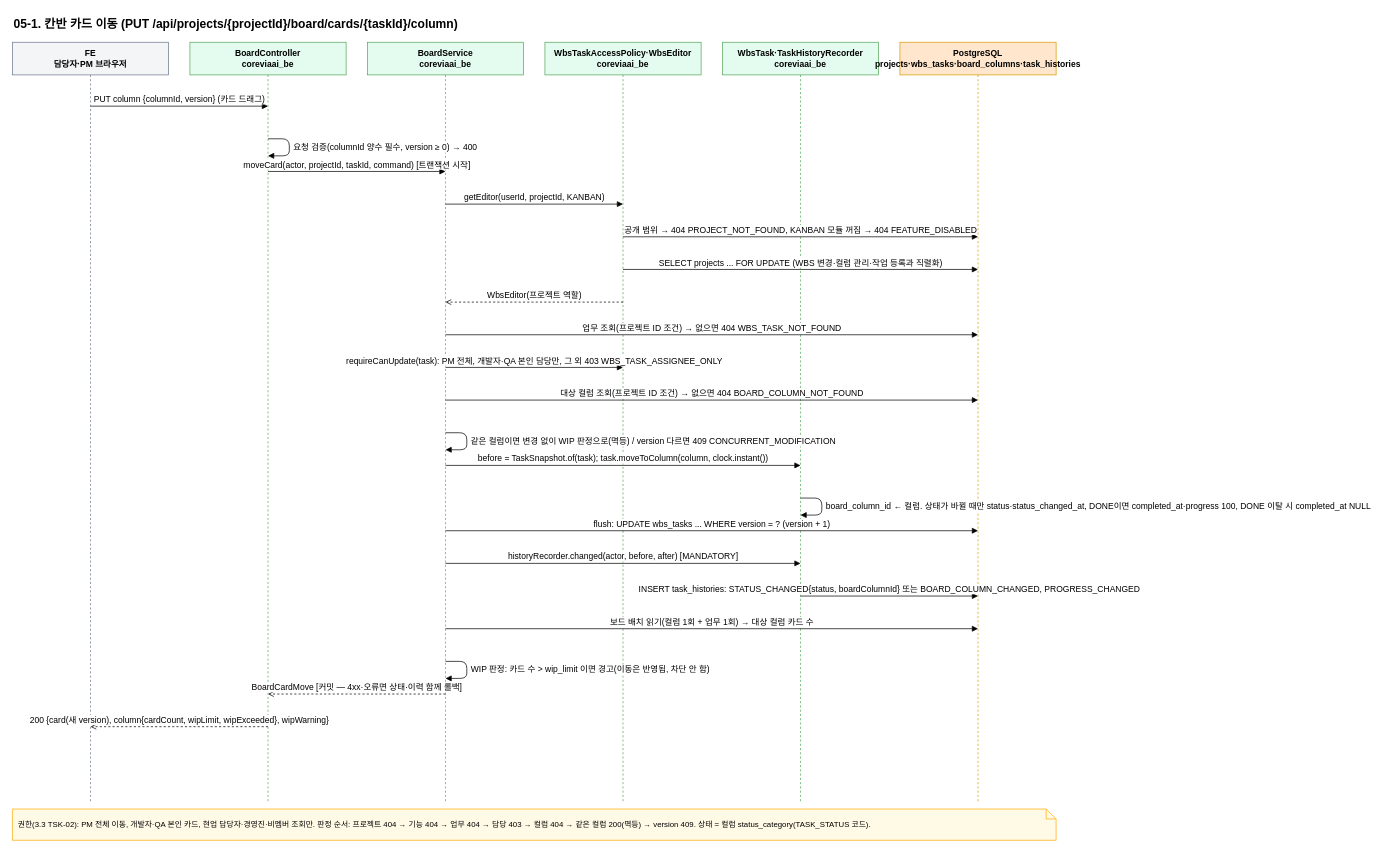
WonikQnCKDT/CoreviaAI_BE keeps this draw.io diagram as docs/sequence/05-1-board-card-move.drawio. Above is the earlier version. Source tidied: cells renumbered, new cells numbered last; positions are measured from the earlier drawing's top-left corner, leaving out a move shared by most shapes. Both pictures are drawn from the tidied source at 71%, with x=0, y=0 at pixel (12, 12).
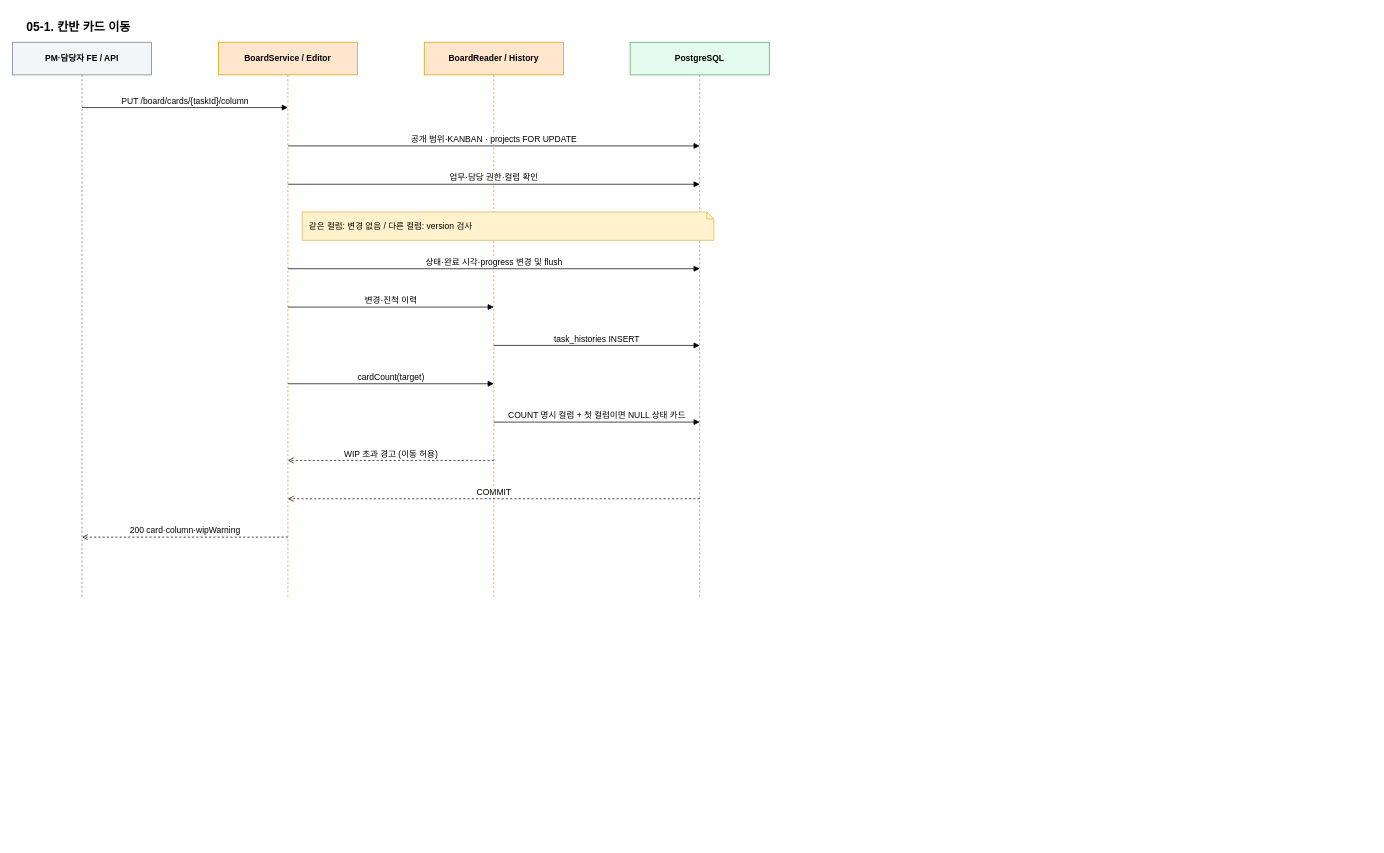
The same diagram, later.

Change to the diagram source:
```diff
@@
-    <mxCell id="2" value="05-1. 칸반 카드 이동 (PUT /api/projects/{projectId}/board/cards/{taskId}/column)" style="text;html=1;fontSize=17;fontStyle=1;align=left;" parent="1" vertex="1">
-      <mxGeometry width="1500" height="30" as="geometry" />
-    </mxCell>
-    <mxCell id="3" value="FE&lt;br&gt;담당자·PM 브라우저" style="shape=umlLifeline;perimeter=lifelinePerimeter;whiteSpace=wrap;html=1;size=46;fillColor=#F4F5F7;strokeColor=#6B778C;fontStyle=1;" parent="1" vertex="1">
-      <mxGeometry y="42" width="220" height="1070" as="geometry" />
-    </mxCell>
-    <mxCell id="4" value="BoardController&lt;br&gt;coreviaai_be" style="shape=umlLifeline;perimeter=lifelinePerimeter;whiteSpace=wrap;html=1;size=46;fillColor=#E3FCEF;strokeColor=#57A55A;fontStyle=1;" parent="1" vertex="1">
-      <mxGeometry x="250" y="42" width="220" height="1070" as="geometry" />
-    </mxCell>
-    <mxCell id="5" value="BoardService&lt;br&gt;coreviaai_be" style="shape=umlLifeline;perimeter=lifelinePerimeter;whiteSpace=wrap;html=1;size=46;fillColor=#E3FCEF;strokeColor=#57A55A;fontStyle=1;" parent="1" vertex="1">
-      <mxGeometry x="500" y="42" width="220" height="1070" as="geometry" />
-    </mxCell>
-    <mxCell id="6" value="WbsTaskAccessPolicy·WbsEditor&lt;br&gt;coreviaai_be" style="shape=umlLifeline;perimeter=lifelinePerimeter;whiteSpace=wrap;html=1;size=46;fillColor=#E3FCEF;strokeColor=#57A55A;fontStyle=1;" parent="1" vertex="1">
-      <mxGeometry x="750" y="42" width="220" height="1070" as="geometry" />
-    </mxCell>
-    <mxCell id="7" value="WbsTask·TaskHistoryRecorder&lt;br&gt;coreviaai_be" style="shape=umlLifeline;perimeter=lifelinePerimeter;whiteSpace=wrap;html=1;size=46;fillColor=#E3FCEF;strokeColor=#57A55A;fontStyle=1;" parent="1" vertex="1">
-      <mxGeometry x="1000" y="42" width="220" height="1070" as="geometry" />
-    </mxCell>
-    <mxCell id="8" value="PostgreSQL&lt;br&gt;projects·wbs_tasks·board_columns·task_histories" style="shape=umlLifeline;perimeter=lifelinePerimeter;whiteSpace=wrap;html=1;size=46;fillColor=#FFE6CC;strokeColor=#D79B00;fontStyle=1;" parent="1" vertex="1">
-      <mxGeometry x="1250" y="42" width="220" height="1070" as="geometry" />
-    </mxCell>
-    <mxCell id="9" value="PUT column {columnId, version} (카드 드래그)" style="endArrow=block;endFill=1;html=1;verticalAlign=bottom;fontSize=12;" parent="1" edge="1">
-      <mxGeometry relative="1" as="geometry">
-        <mxPoint x="110" y="132" as="sourcePoint" />
-        <mxPoint x="360" y="132" as="targetPoint" />
-      </mxGeometry>
-    </mxCell>
-    <mxCell id="10" value="요청 검증(columnId 양수 필수, version ≥ 0) → 400" style="endArrow=block;endFill=1;html=1;align=left;spacingLeft=4;fontSize=12;edgeStyle=none;" parent="1" edge="1">
-      <mxGeometry relative="1" as="geometry">
-        <mxPoint x="360" y="178" as="sourcePoint" />
-        <mxPoint x="360" y="202" as="targetPoint" />
-        <Array as="points">
-          <mxPoint x="390" y="178" />
-          <mxPoint x="390" y="202" />
-        </Array>
-      </mxGeometry>
-    </mxCell>
-    <mxCell id="11" value="moveCard(actor, projectId, taskId, command) [트랜잭션 시작]" style="endArrow=block;endFill=1;html=1;verticalAlign=bottom;fontSize=12;" parent="1" edge="1">
-      <mxGeometry relative="1" as="geometry">
-        <mxPoint x="360" y="224" as="sourcePoint" />
-        <mxPoint x="610" y="224" as="targetPoint" />
-      </mxGeometry>
-    </mxCell>
-    <mxCell id="12" value="getEditor(userId, projectId, KANBAN)" style="endArrow=block;endFill=1;html=1;verticalAlign=bottom;fontSize=12;" parent="1" edge="1">
-      <mxGeometry relative="1" as="geometry">
-        <mxPoint x="610" y="270" as="sourcePoint" />
-        <mxPoint x="860" y="270" as="targetPoint" />
-      </mxGeometry>
-    </mxCell>
-    <mxCell id="13" value="공개 범위 → 404 PROJECT_NOT_FOUND, KANBAN 모듈 꺼짐 → 404 FEATURE_DISABLED" style="endArrow=block;endFill=1;html=1;verticalAlign=bottom;fontSize=12;" parent="1" edge="1">
-      <mxGeometry relative="1" as="geometry">
-        <mxPoint x="860" y="316" as="sourcePoint" />
-        <mxPoint x="1360" y="316" as="targetPoint" />
-      </mxGeometry>
-    </mxCell>
-    <mxCell id="14" value="SELECT projects ... FOR UPDATE (WBS 변경·컬럼 관리·작업 등록과 직렬화)" style="endArrow=block;endFill=1;html=1;verticalAlign=bottom;fontSize=12;" parent="1" edge="1">
-      <mxGeometry relative="1" as="geometry">
-        <mxPoint x="860" y="362" as="sourcePoint" />
-        <mxPoint x="1360" y="362" as="targetPoint" />
-      </mxGeometry>
-    </mxCell>
-    <mxCell id="15" value="WbsEditor(프로젝트 역할)" style="dashed=1;endArrow=open;endFill=0;html=1;verticalAlign=bottom;fontSize=12;" parent="1" edge="1">
-      <mxGeometry relative="1" as="geometry">
-        <mxPoint x="860" y="408" as="sourcePoint" />
-        <mxPoint x="610" y="408" as="targetPoint" />
-      </mxGeometry>
-    </mxCell>
-    <mxCell id="16" value="업무 조회(프로젝트 ID 조건) → 없으면 404 WBS_TASK_NOT_FOUND" style="endArrow=block;endFill=1;html=1;verticalAlign=bottom;fontSize=12;" parent="1" edge="1">
-      <mxGeometry relative="1" as="geometry">
-        <mxPoint x="610" y="454" as="sourcePoint" />
-        <mxPoint x="1360" y="454" as="targetPoint" />
-      </mxGeometry>
-    </mxCell>
-    <mxCell id="17" value="requireCanUpdate(task): PM 전체, 개발자·QA 본인 담당만, 그 외 403 WBS_TASK_ASSIGNEE_ONLY" style="endArrow=block;endFill=1;html=1;verticalAlign=bottom;fontSize=12;" parent="1" edge="1">
-      <mxGeometry relative="1" as="geometry">
-        <mxPoint x="610" y="500" as="sourcePoint" />
-        <mxPoint x="860" y="500" as="targetPoint" />
-      </mxGeometry>
-    </mxCell>
-    <mxCell id="18" value="대상 컬럼 조회(프로젝트 ID 조건) → 없으면 404 BOARD_COLUMN_NOT_FOUND" style="endArrow=block;endFill=1;html=1;verticalAlign=bottom;fontSize=12;" parent="1" edge="1">
-      <mxGeometry relative="1" as="geometry">
-        <mxPoint x="610" y="546" as="sourcePoint" />
-        <mxPoint x="1360" y="546" as="targetPoint" />
-      </mxGeometry>
-    </mxCell>
-    <mxCell id="19" value="같은 컬럼이면 변경 없이 WIP 판정으로(멱등) / version 다르면 409 CONCURRENT_MODIFICATION" style="endArrow=block;endFill=1;html=1;align=left;spacingLeft=4;fontSize=12;edgeStyle=none;" parent="1" edge="1">
-      <mxGeometry relative="1" as="geometry">
-        <mxPoint x="610" y="592" as="sourcePoint" />
-        <mxPoint x="610" y="616" as="targetPoint" />
-        <Array as="points">
-          <mxPoint x="640" y="592" />
-          <mxPoint x="640" y="616" />
-        </Array>
-      </mxGeometry>
-    </mxCell>
-    <mxCell id="20" value="before = TaskSnapshot.of(task); task.moveToColumn(column, clock.instant())" style="endArrow=block;endFill=1;html=1;verticalAlign=bottom;fontSize=12;" parent="1" edge="1">
-      <mxGeometry relative="1" as="geometry">
-        <mxPoint x="610" y="638" as="sourcePoint" />
-        <mxPoint x="1110" y="638" as="targetPoint" />
-      </mxGeometry>
-    </mxCell>
-    <mxCell id="21" value="board_column_id ← 컬럼. 상태가 바뀔 때만 status·status_changed_at, DONE이면 completed_at·progress 100, DONE 이탈 시 completed_at NULL" style="endArrow=block;endFill=1;html=1;align=left;spacingLeft=4;fontSize=12;edgeStyle=none;" parent="1" edge="1">
-      <mxGeometry relative="1" as="geometry">
-        <mxPoint x="1110" y="684" as="sourcePoint" />
-        <mxPoint x="1110" y="708" as="targetPoint" />
-        <Array as="points">
-          <mxPoint x="1140" y="684" />
-          <mxPoint x="1140" y="708" />
-        </Array>
-      </mxGeometry>
-    </mxCell>
-    <mxCell id="22" value="flush: UPDATE wbs_tasks ... WHERE version = ? (version + 1)" style="endArrow=block;endFill=1;html=1;verticalAlign=bottom;fontSize=12;" parent="1" edge="1">
-      <mxGeometry relative="1" as="geometry">
-        <mxPoint x="610" y="730" as="sourcePoint" />
-        <mxPoint x="1360" y="730" as="targetPoint" />
-      </mxGeometry>
-    </mxCell>
-    <mxCell id="23" value="historyRecorder.changed(actor, before, after) [MANDATORY]" style="endArrow=block;endFill=1;html=1;verticalAlign=bottom;fontSize=12;" parent="1" edge="1">
-      <mxGeometry relative="1" as="geometry">
-        <mxPoint x="610" y="776" as="sourcePoint" />
-        <mxPoint x="1110" y="776" as="targetPoint" />
-      </mxGeometry>
-    </mxCell>
-    <mxCell id="24" value="INSERT task_histories: STATUS_CHANGED{status, boardColumnId} 또는 BOARD_COLUMN_CHANGED, PROGRESS_CHANGED" style="endArrow=block;endFill=1;html=1;verticalAlign=bottom;fontSize=12;" parent="1" edge="1">
-      <mxGeometry relative="1" as="geometry">
-        <mxPoint x="1110" y="822" as="sourcePoint" />
-        <mxPoint x="1360" y="822" as="targetPoint" />
-      </mxGeometry>
-    </mxCell>
-    <mxCell id="25" value="보드 배치 읽기(컬럼 1회 + 업무 1회) → 대상 컬럼 카드 수" style="endArrow=block;endFill=1;html=1;verticalAlign=bottom;fontSize=12;" parent="1" edge="1">
-      <mxGeometry relative="1" as="geometry">
-        <mxPoint x="610" y="868" as="sourcePoint" />
-        <mxPoint x="1360" y="868" as="targetPoint" />
-      </mxGeometry>
-    </mxCell>
-    <mxCell id="26" value="WIP 판정: 카드 수 &gt; wip_limit 이면 경고(이동은 반영됨, 차단 안 함)" style="endArrow=block;endFill=1;html=1;align=left;spacingLeft=4;fontSize=12;edgeStyle=none;" parent="1" edge="1">
-      <mxGeometry relative="1" as="geometry">
-        <mxPoint x="610" y="914" as="sourcePoint" />
-        <mxPoint x="610" y="938" as="targetPoint" />
-        <Array as="points">
-          <mxPoint x="640" y="914" />
-          <mxPoint x="640" y="938" />
-        </Array>
-      </mxGeometry>
-    </mxCell>
-    <mxCell id="27" value="BoardCardMove [커밋 — 4xx·오류면 상태·이력 함께 롤백]" style="dashed=1;endArrow=open;endFill=0;html=1;verticalAlign=bottom;fontSize=12;" parent="1" edge="1">
-      <mxGeometry relative="1" as="geometry">
-        <mxPoint x="610" y="960" as="sourcePoint" />
-        <mxPoint x="360" y="960" as="targetPoint" />
-      </mxGeometry>
-    </mxCell>
-    <mxCell id="28" value="200 {card(새 version), column{cardCount, wipLimit, wipExceeded}, wipWarning}" style="dashed=1;endArrow=open;endFill=0;html=1;verticalAlign=bottom;fontSize=12;" parent="1" edge="1">
-      <mxGeometry relative="1" as="geometry">
-        <mxPoint x="360" y="1006" as="sourcePoint" />
-        <mxPoint x="110" y="1006" as="targetPoint" />
-      </mxGeometry>
-    </mxCell>
-    <mxCell id="29" value="권한(3.3 TSK-02): PM 전체 이동, 개발자·QA 본인 카드, 현업 담당자·경영진·비멤버 조회만. 판정 순서: 프로젝트 404 → 기능 404 → 업무 404 → 담당 403 → 컬럼 404 → 같은 컬럼 200(멱등) → version 409. 상태 = 컬럼 status_category(TASK_STATUS 코드)." style="shape=note;whiteSpace=wrap;html=1;size=14;fillColor=#FFFAE6;strokeColor=#FFAB00;align=left;spacingLeft=6;fontSize=11;" parent="1" vertex="1">
-      <mxGeometry y="1122" width="1470" height="44" as="geometry" />
-    </mxCell>
+    <mxCell id="30" value="PM·담당자 FE / API" style="shape=umlLifeline;perimeter=lifelinePerimeter;whiteSpace=wrap;html=1;size=46;fillColor=#F4F5F7;strokeColor=#6B778C;fontStyle=1;" parent="1" vertex="1">
+      <mxGeometry y="42" width="196" height="781" as="geometry" />
+    </mxCell>
+    <mxCell id="31" value="BoardService / Editor" style="shape=umlLifeline;perimeter=lifelinePerimeter;whiteSpace=wrap;html=1;size=46;fillColor=#FFE6CC;strokeColor=#D79B00;fontStyle=1;" parent="1" vertex="1">
+      <mxGeometry x="290" y="42" width="196" height="781" as="geometry" />
+    </mxCell>
+    <mxCell id="32" value="BoardReader / History" style="shape=umlLifeline;perimeter=lifelinePerimeter;whiteSpace=wrap;html=1;size=46;fillColor=#FFE6CC;strokeColor=#D79B00;fontStyle=1;" parent="1" vertex="1">
+      <mxGeometry x="580" y="42" width="196" height="781" as="geometry" />
+    </mxCell>
+    <mxCell id="33" value="PostgreSQL" style="shape=umlLifeline;perimeter=lifelinePerimeter;whiteSpace=wrap;html=1;size=46;fillColor=#E3FCEF;strokeColor=#57A55A;fontStyle=1;" parent="1" vertex="1">
+      <mxGeometry x="870" y="42" width="196" height="781" as="geometry" />
+    </mxCell>
+    <mxCell id="34" value="PUT /board/cards/{taskId}/column" style="endArrow=block;endFill=1;html=1;verticalAlign=bottom;fontSize=12;" parent="1" edge="1">
+      <mxGeometry relative="1" as="geometry">
+        <mxPoint x="98" y="134" as="sourcePoint" />
+        <mxPoint x="388" y="134" as="targetPoint" />
+      </mxGeometry>
+    </mxCell>
+    <mxCell id="35" value="공개 범위·KANBAN · projects FOR UPDATE" style="endArrow=block;endFill=1;html=1;verticalAlign=bottom;fontSize=12;" parent="1" edge="1">
+      <mxGeometry relative="1" as="geometry">
+        <mxPoint x="388" y="188" as="sourcePoint" />
+        <mxPoint x="968" y="188" as="targetPoint" />
+      </mxGeometry>
+    </mxCell>
+    <mxCell id="36" value="업무·담당 권한·컬럼 확인" style="endArrow=block;endFill=1;html=1;verticalAlign=bottom;fontSize=12;" parent="1" edge="1">
+      <mxGeometry relative="1" as="geometry">
+        <mxPoint x="388" y="242" as="sourcePoint" />
+        <mxPoint x="968" y="242" as="targetPoint" />
+      </mxGeometry>
+    </mxCell>
+    <mxCell id="37" value="같은 컬럼: 변경 없음 / 다른 컬럼: version 검사" style="shape=note;size=10;whiteSpace=wrap;html=1;fillColor=#FFF2CC;strokeColor=#D6B656;align=left;spacingLeft=8;verticalAlign=middle;fontSize=12;" parent="1" vertex="1">
+      <mxGeometry x="408" y="281" width="580" height="40" as="geometry" />
+    </mxCell>
+    <mxCell id="38" value="상태·완료 시각·progress 변경 및 flush" style="endArrow=block;endFill=1;html=1;verticalAlign=bottom;fontSize=12;" parent="1" edge="1">
+      <mxGeometry relative="1" as="geometry">
+        <mxPoint x="388" y="361" as="sourcePoint" />
+        <mxPoint x="968" y="361" as="targetPoint" />
+      </mxGeometry>
+    </mxCell>
+    <mxCell id="39" value="변경·진척 이력" style="endArrow=block;endFill=1;html=1;verticalAlign=bottom;fontSize=12;" parent="1" edge="1">
+      <mxGeometry relative="1" as="geometry">
+        <mxPoint x="388" y="415" as="sourcePoint" />
+        <mxPoint x="678" y="415" as="targetPoint" />
+      </mxGeometry>
+    </mxCell>
+    <mxCell id="40" value="task_histories INSERT" style="endArrow=block;endFill=1;html=1;verticalAlign=bottom;fontSize=12;" parent="1" edge="1">
+      <mxGeometry relative="1" as="geometry">
+        <mxPoint x="678" y="469" as="sourcePoint" />
+        <mxPoint x="968" y="469" as="targetPoint" />
+      </mxGeometry>
+    </mxCell>
+    <mxCell id="41" value="cardCount(target)" style="endArrow=block;endFill=1;html=1;verticalAlign=bottom;fontSize=12;" parent="1" edge="1">
+      <mxGeometry relative="1" as="geometry">
+        <mxPoint x="388" y="523" as="sourcePoint" />
+        <mxPoint x="678" y="523" as="targetPoint" />
+      </mxGeometry>
+    </mxCell>
+    <mxCell id="42" value="COUNT 명시 컬럼 + 첫 컬럼이면 NULL 상태 카드" style="endArrow=block;endFill=1;html=1;verticalAlign=bottom;fontSize=12;" parent="1" edge="1">
+      <mxGeometry relative="1" as="geometry">
+        <mxPoint x="678" y="577" as="sourcePoint" />
+        <mxPoint x="968" y="577" as="targetPoint" />
+      </mxGeometry>
+    </mxCell>
+    <mxCell id="43" value="WIP 초과 경고 (이동 허용)" style="dashed=1;endArrow=open;endFill=0;html=1;verticalAlign=bottom;fontSize=12;" parent="1" edge="1">
+      <mxGeometry relative="1" as="geometry">
+        <mxPoint x="678" y="631" as="sourcePoint" />
+        <mxPoint x="388" y="631" as="targetPoint" />
+      </mxGeometry>
+    </mxCell>
+    <mxCell id="44" value="COMMIT" style="dashed=1;endArrow=open;endFill=0;html=1;verticalAlign=bottom;fontSize=12;" parent="1" edge="1">
+      <mxGeometry relative="1" as="geometry">
+        <mxPoint x="968" y="685" as="sourcePoint" />
+        <mxPoint x="388" y="685" as="targetPoint" />
+      </mxGeometry>
+    </mxCell>
+    <mxCell id="45" value="200 card·column·wipWarning" style="dashed=1;endArrow=open;endFill=0;html=1;verticalAlign=bottom;fontSize=12;" parent="1" edge="1">
+      <mxGeometry relative="1" as="geometry">
+        <mxPoint x="388" y="739" as="sourcePoint" />
+        <mxPoint x="98" y="739" as="targetPoint" />
+      </mxGeometry>
+    </mxCell>
+    <mxCell id="46" value="05-1. 칸반 카드 이동" style="text;html=1;fontSize=17;fontStyle=1;align=left;" parent="1" vertex="1">
+      <mxGeometry x="18" y="4" width="1100" height="26" as="geometry" />
+    </mxCell>
```
